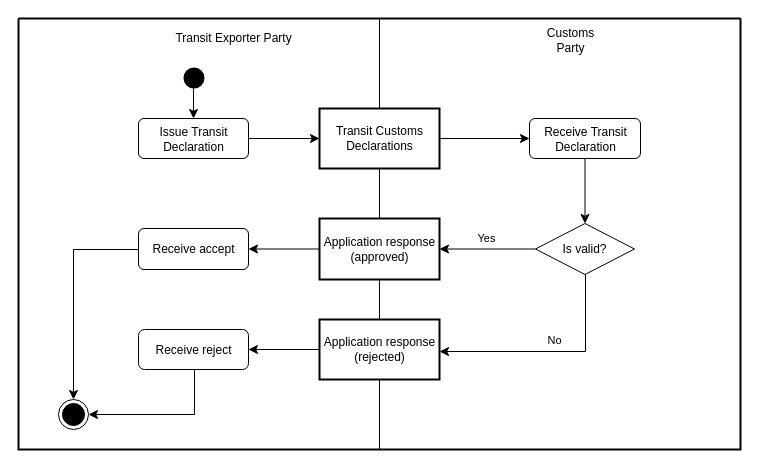
Earlier version of the draw.io diagram diagrams/UBL-2.3-TransitDeclarationProcess/UBL-2.3-TransitDeclarationProcess.drawio (kduvekot/ubl-work-on-svg-images). Source tidied: cells renumbered, new cells numbered last; positions are measured from the earlier drawing's top-left corner, leaving out a move shared by most shapes. Both pictures are drawn from the tidied source at 100%, with x=0, y=0 at pixel (18, 18).
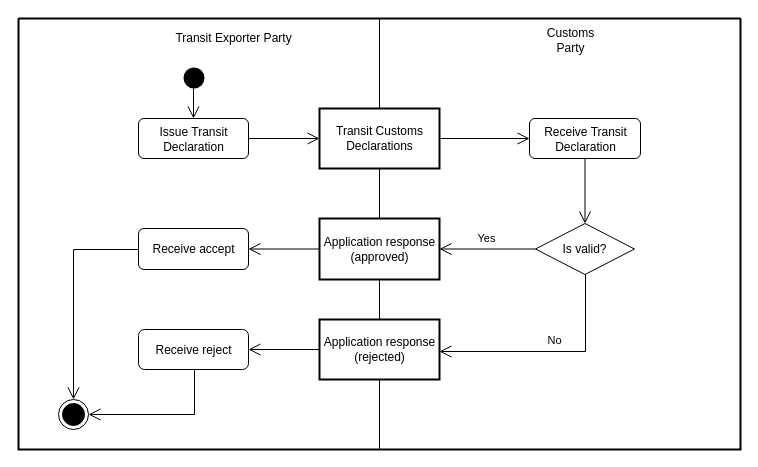
After the change.

The change refers to these unchanged cells:
```xml
<mxCell id="2" style="swimlane;html=1;startSize=0;whiteSpace=wrap;fillColor=none;strokeWidth=2;" parent="1" vertex="1">
  <mxGeometry width="722" height="431" as="geometry" />
</mxCell>
<mxCell id="3" value="Transit Exporter Party" style="swimlane;horizontal=1;startSize=40;swimlaneLine=0;html=1;fillColor=none;fontStyle=0;spacing=0;spacingLeft=69;" parent="2" vertex="1">
  <mxGeometry width="361" height="431" as="geometry" />
</mxCell>
<mxCell id="4" value="Customs&lt;br&gt;Party" style="swimlane;horizontal=1;startSize=43;swimlaneLine=0;html=1;fillColor=none;fontStyle=0;spacing=0;spacingLeft=20;" parent="2" vertex="1">
  <mxGeometry x="361" width="361" height="431" as="geometry" />
</mxCell>
<mxCell id="5" style="ellipse;shape=startState;fillColor=#000000;strokeColor=none;html=1;" parent="3" vertex="1">
  <mxGeometry x="161" y="45" width="29" height="29" as="geometry" />
</mxCell>
<mxCell id="6" value="Transit Customs&lt;br&gt;Declarations" style="rounded=0;html=1;whiteSpace=nowrap;fontStyle=0;align=center;verticalAlign=middle;spacing=0;spacingRight=1;strokeWidth=2;" parent="4" vertex="1">
  <mxGeometry x="-60" y="90" width="120" height="60" as="geometry" />
</mxCell>
<mxCell id="7" value="Issue Transit&lt;br&gt;Declaration" style="rounded=1;absoluteArcSize=1;arcSize=11;html=1;whiteSpace=nowrap;fontStyle=0;align=center;verticalAlign=middle;spacing=0;spacingTop=1;" parent="3" vertex="1">
  <mxGeometry x="120" y="100" width="110" height="40" as="geometry" />
</mxCell>
<mxCell id="8" value="Receive Transit&lt;br&gt;Declaration" style="rounded=1;absoluteArcSize=1;arcSize=11;html=1;whiteSpace=nowrap;fontStyle=0;align=center;verticalAlign=middle;spacing=0;spacingTop=1;" parent="4" vertex="1">
  <mxGeometry x="150" y="100" width="111" height="40" as="geometry" />
</mxCell>
<mxCell id="9" value="Application response&lt;br&gt;(approved)" style="rounded=0;html=1;whiteSpace=nowrap;fontStyle=0;align=center;verticalAlign=middle;spacing=0;spacingRight=1;strokeWidth=2;" parent="4" vertex="1">
  <mxGeometry x="-60" y="200" width="120" height="61" as="geometry" />
</mxCell>
<mxCell id="10" value="Is valid?" style="rhombus;html=1;whiteSpace=nowrap;fontStyle=0;align=center;verticalAlign=middle;spacing=0;spacingRight=1;spacingTop=1;" parent="4" vertex="1">
  <mxGeometry x="156" y="205" width="99" height="51" as="geometry" />
</mxCell>
<mxCell id="11" value="Receive accept" style="rounded=1;absoluteArcSize=1;arcSize=11;html=1;whiteSpace=nowrap;fontStyle=0;align=center;verticalAlign=middle;spacing=0;spacingTop=1;" parent="3" vertex="1">
  <mxGeometry x="120" y="210" width="110" height="41" as="geometry" />
</mxCell>
<mxCell id="12" value="Application response&lt;br&gt;(rejected)" style="rounded=0;html=1;whiteSpace=nowrap;fontStyle=0;align=center;verticalAlign=middle;spacing=0;spacingRight=1;strokeWidth=2;" parent="4" vertex="1">
  <mxGeometry x="-60" y="301" width="120" height="60" as="geometry" />
</mxCell>
<mxCell id="13" value="Receive reject" style="rounded=1;absoluteArcSize=1;arcSize=12;html=1;whiteSpace=nowrap;fontStyle=0;align=center;verticalAlign=middle;spacing=0;spacingTop=1;" parent="3" vertex="1">
  <mxGeometry x="120" y="311" width="110" height="40" as="geometry" />
</mxCell>
<mxCell id="14" style="ellipse;shape=endState;fillColor=#000000;html=1;" parent="3" vertex="1">
  <mxGeometry x="40" y="381" width="30" height="30" as="geometry" />
</mxCell>
```

What changed in the source:
```diff
@@
-    <mxCell id="15" style="edgeStyle=none;rounded=0;html=1;endArrow=classic;endFill=1;endSize=7;exitPerimeter=0;entryX=0.5;entryY=0;entryPerimeter=0;exitX=0.482759;exitY=0.8616;" parent="3" edge="1" source="5" target="7">
+    <mxCell id="15" style="edgeStyle=none;rounded=0;html=1;endArrow=open;endFill=0;endSize=10;exitPerimeter=0;entryX=0.5;entryY=0;entryPerimeter=0;exitX=0.482759;exitY=0.8616;" parent="3" edge="1" source="5" target="7">
       <mxGeometry relative="1" as="geometry" />
     </mxCell>
-    <mxCell id="16" style="edgeStyle=none;rounded=0;html=1;endArrow=classic;endFill=1;endSize=7;exitX=1;exitY=0.5;exitPerimeter=0;entryX=0;entryY=0.5;entryPerimeter=0;" parent="2" edge="1" source="7" target="6">
+    <mxCell id="16" style="edgeStyle=none;rounded=0;html=1;endArrow=open;endFill=0;endSize=10;exitX=1;exitY=0.5;exitPerimeter=0;entryX=0;entryY=0.5;entryPerimeter=0;" parent="2" edge="1" source="7" target="6">
       <mxGeometry relative="1" as="geometry" />
     </mxCell>
-    <mxCell id="17" style="edgeStyle=none;rounded=0;html=1;endArrow=classic;endFill=1;endSize=7;exitX=1;exitY=0.5;exitPerimeter=0;entryX=0;entryY=0.5;entryPerimeter=0;" parent="4" edge="1" source="6" target="8">
+    <mxCell id="17" style="edgeStyle=none;rounded=0;html=1;endArrow=open;endFill=0;endSize=10;exitX=1;exitY=0.5;exitPerimeter=0;entryX=0;entryY=0.5;entryPerimeter=0;" parent="4" edge="1" source="6" target="8">
       <mxGeometry relative="1" as="geometry" />
     </mxCell>
-    <mxCell id="18" style="edgeStyle=none;rounded=0;html=1;endArrow=classic;endFill=1;endSize=7;exitX=0.5;exitY=1;exitPerimeter=0;entryX=0.5;entryY=0;entryPerimeter=0;" parent="4" edge="1" source="8" target="10">
+    <mxCell id="18" style="edgeStyle=none;rounded=0;html=1;endArrow=open;endFill=0;endSize=10;exitX=0.5;exitY=1;exitPerimeter=0;entryX=0.5;entryY=0;entryPerimeter=0;" parent="4" edge="1" source="8" target="10">
       <mxGeometry relative="1" as="geometry" />
     </mxCell>
-    <mxCell id="19" style="edgeStyle=none;rounded=0;html=1;endArrow=classic;endFill=1;endSize=7;exitX=0;exitY=0.5;exitPerimeter=0;entryX=1;entryY=0.5;entryPerimeter=0;" parent="2" edge="1" source="9" target="11">
+    <mxCell id="19" style="edgeStyle=none;rounded=0;html=1;endArrow=open;endFill=0;endSize=10;exitX=0;exitY=0.5;exitPerimeter=0;entryX=1;entryY=0.5;entryPerimeter=0;" parent="2" edge="1" source="9" target="11">
       <mxGeometry relative="1" as="geometry" />
     </mxCell>
-    <mxCell id="20" value="Yes" style="edgeStyle=none;rounded=0;html=1;endArrow=classic;endFill=1;endSize=7;exitX=0;exitY=0.5;exitPerimeter=0;entryX=1;entryY=0.5;entryPerimeter=0;fontStyle=0;align=center;verticalAlign=middle;labelBackgroundColor=none;" parent="4" edge="1" source="10" target="9">
+    <mxCell id="20" value="Yes" style="edgeStyle=none;rounded=0;html=1;endArrow=open;endFill=0;endSize=10;exitX=0;exitY=0.5;exitPerimeter=0;entryX=1;entryY=0.5;entryPerimeter=0;fontStyle=0;align=center;verticalAlign=middle;labelBackgroundColor=none;" parent="4" edge="1" source="10" target="9">
       <mxGeometry x="0.02" relative="1" as="geometry">
         <mxPoint y="-11" as="offset" />
       </mxGeometry>
     </mxCell>
-    <mxCell id="21" style="edgeStyle=orthogonalEdgeStyle;rounded=0;html=1;endArrow=classic;endFill=1;endSize=7;exitPerimeter=0;entryPerimeter=0;exitX=0;exitY=0.512195;entryX=0.5;entryY=0;" parent="3" edge="1" source="11" target="14">
+    <mxCell id="21" style="edgeStyle=orthogonalEdgeStyle;rounded=0;html=1;endArrow=open;endFill=0;endSize=10;exitPerimeter=0;entryPerimeter=0;exitX=0;exitY=0.512195;entryX=0.5;entryY=0;" parent="3" edge="1" source="11" target="14">
       <mxGeometry relative="1" as="geometry">
         <Array as="points">
           <mxPoint x="55" y="231" />
         </Array>
       </mxGeometry>
     </mxCell>
-    <mxCell id="22" value="No" style="edgeStyle=orthogonalEdgeStyle;rounded=0;html=1;endArrow=classic;endFill=1;endSize=7;exitPerimeter=0;entryPerimeter=0;fontStyle=0;align=center;verticalAlign=middle;labelBackgroundColor=none;exitX=0.505051;exitY=1;entryX=1;entryY=0.533333;" parent="4" edge="1" source="10" target="12">
+    <mxCell id="22" value="No" style="edgeStyle=orthogonalEdgeStyle;rounded=0;html=1;endArrow=open;endFill=0;endSize=10;exitPerimeter=0;entryPerimeter=0;fontStyle=0;align=center;verticalAlign=middle;labelBackgroundColor=none;exitX=0.505051;exitY=1;entryX=1;entryY=0.533333;" parent="4" edge="1" source="10" target="12">
       <mxGeometry x="-0.03" relative="1" as="geometry">
         <Array as="points">
           <mxPoint x="206" y="333" />
         </Array>
         <mxPoint y="-11" as="offset" />
       </mxGeometry>
     </mxCell>
-    <mxCell id="23" style="edgeStyle=none;rounded=0;html=1;endArrow=classic;endFill=1;endSize=7;exitX=0;exitY=0.5;exitPerimeter=0;entryX=1;entryY=0.5;entryPerimeter=0;" parent="2" edge="1" source="12" target="13">
+    <mxCell id="23" style="edgeStyle=none;rounded=0;html=1;endArrow=open;endFill=0;endSize=10;exitX=0;exitY=0.5;exitPerimeter=0;entryX=1;entryY=0.5;entryPerimeter=0;" parent="2" edge="1" source="12" target="13">
       <mxGeometry relative="1" as="geometry" />
     </mxCell>
-    <mxCell id="24" style="edgeStyle=orthogonalEdgeStyle;rounded=0;html=1;endArrow=classic;endFill=1;endSize=7;exitPerimeter=0;entryPerimeter=0;exitX=0.509091;exitY=1;entryX=1;entryY=0.5;" parent="3" edge="1" source="13" target="14">
+    <mxCell id="24" style="edgeStyle=orthogonalEdgeStyle;rounded=0;html=1;endArrow=open;endFill=0;endSize=10;exitPerimeter=0;entryPerimeter=0;exitX=0.509091;exitY=1;entryX=1;entryY=0.5;" parent="3" edge="1" source="13" target="14">
       <mxGeometry relative="1" as="geometry">
         <Array as="points">
           <mxPoint x="176" y="396" />
         </Array>
       </mxGeometry>
     </mxCell>
```
